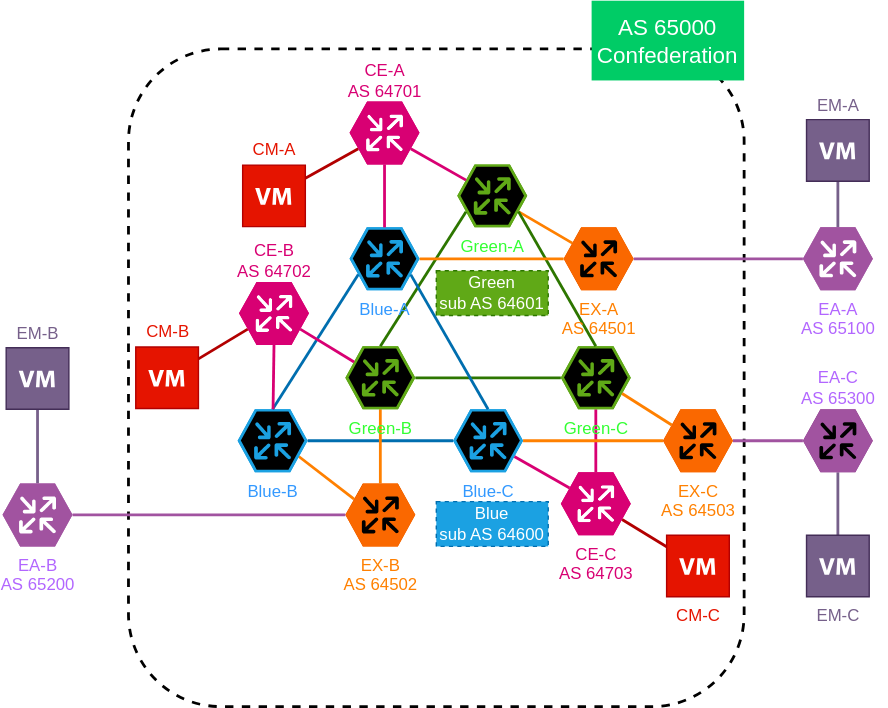
Above: memo/topo.svg in Sabaniki/bg-switcher (draw.io), before the change. Source tidied: cells renumbered, new cells last; positions are measured from the earlier drawing's top-left corner, leaving out a move shared by most shapes.
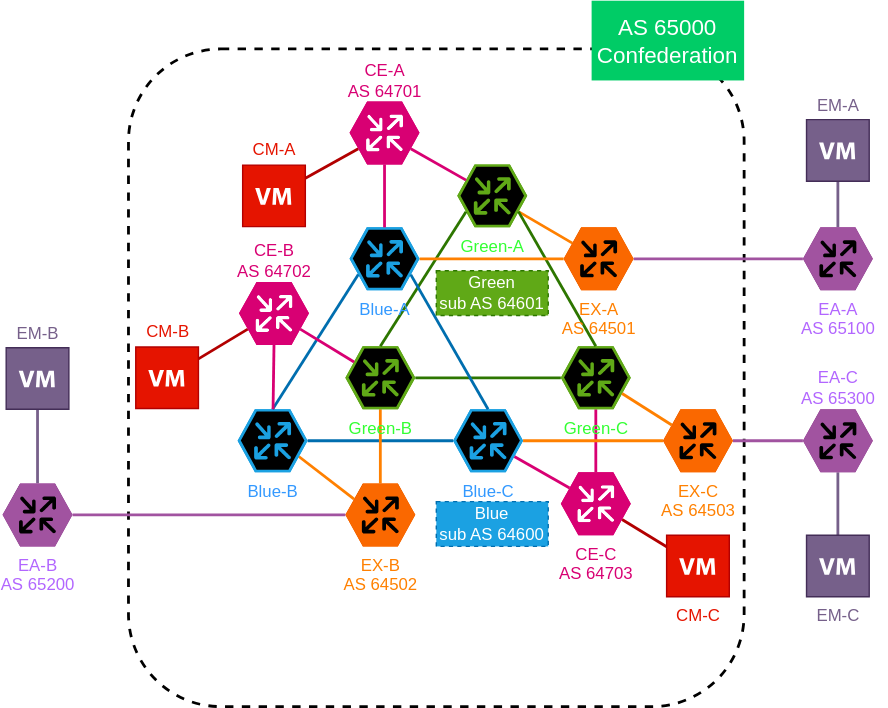
Above is the later version.

Diff of the diagram source:
```diff
@@ -177,10 +177,10 @@
     <mxCell id="58" value="&lt;font color=&quot;#76608a&quot;&gt;EM-B&lt;/font&gt;" style="text;html=1;align=center;verticalAlign=middle;strokeColor=none;fillColor=none;fontSize=12;fontColor=#D80073;" parent="1" vertex="1">
       <mxGeometry y="228" width="50" height="20" as="geometry" />
     </mxCell>
-    <mxCell id="59" value="&lt;font color=&quot;#b266ff&quot;&gt;EA-A&lt;br&gt;AS 65100&lt;/font&gt;" style="verticalLabelPosition=bottom;sketch=0;html=1;fillColor=#A153A0;strokeColor=#ffffff;verticalAlign=top;align=center;points=[[0,0.5,0],[0.125,0.25,0],[0.25,0,0],[0.5,0,0],[0.75,0,0],[0.875,0.25,0],[1,0.5,0],[0.875,0.75,0],[0.75,1,0],[0.5,1,0],[0.125,0.75,0]];shape=mxgraph.cisco_safe.compositeIcon;bgIcon=mxgraph.cisco_safe.design.blank_device;resIcon=mxgraph.cisco_safe.design.router;fontSize=12;" parent="1" vertex="1">
+    <mxCell id="59" value="&lt;font color=&quot;#b266ff&quot;&gt;EA-A&lt;br&gt;AS 65100&lt;/font&gt;" style="verticalLabelPosition=bottom;sketch=0;html=1;fillColor=#A153A0;strokeColor=default;verticalAlign=top;align=center;points=[[0,0.5,0],[0.125,0.25,0],[0.25,0,0],[0.5,0,0],[0.75,0,0],[0.875,0.25,0],[1,0.5,0],[0.875,0.75,0],[0.75,1,0],[0.5,1,0],[0.125,0.75,0]];shape=mxgraph.cisco_safe.compositeIcon;bgIcon=mxgraph.cisco_safe.design.blank_device;resIcon=mxgraph.cisco_safe.design.router;fontSize=12;" parent="1" vertex="1">
       <mxGeometry x="572" y="162" width="50" height="45" as="geometry" />
     </mxCell>
-    <mxCell id="60" value="&lt;font color=&quot;#b266ff&quot;&gt;EA-B&lt;br&gt;AS 65200&lt;/font&gt;" style="verticalLabelPosition=bottom;sketch=0;html=1;fillColor=#A153A0;strokeColor=#ffffff;verticalAlign=top;align=center;points=[[0,0.5,0],[0.125,0.25,0],[0.25,0,0],[0.5,0,0],[0.75,0,0],[0.875,0.25,0],[1,0.5,0],[0.875,0.75,0],[0.75,1,0],[0.5,1,0],[0.125,0.75,0]];shape=mxgraph.cisco_safe.compositeIcon;bgIcon=mxgraph.cisco_safe.design.blank_device;resIcon=mxgraph.cisco_safe.design.router;fontSize=12;" parent="1" vertex="1">
+    <mxCell id="60" value="&lt;font color=&quot;#b266ff&quot;&gt;EA-B&lt;br&gt;AS 65200&lt;/font&gt;" style="verticalLabelPosition=bottom;sketch=0;html=1;fillColor=#A153A0;strokeColor=default;verticalAlign=top;align=center;points=[[0,0.5,0],[0.125,0.25,0],[0.25,0,0],[0.5,0,0],[0.75,0,0],[0.875,0.25,0],[1,0.5,0],[0.875,0.75,0],[0.75,1,0],[0.5,1,0],[0.125,0.75,0]];shape=mxgraph.cisco_safe.compositeIcon;bgIcon=mxgraph.cisco_safe.design.blank_device;resIcon=mxgraph.cisco_safe.design.router;fontSize=12;" parent="1" vertex="1">
       <mxGeometry y="345" width="50" height="45" as="geometry" />
     </mxCell>
   </root>
```
